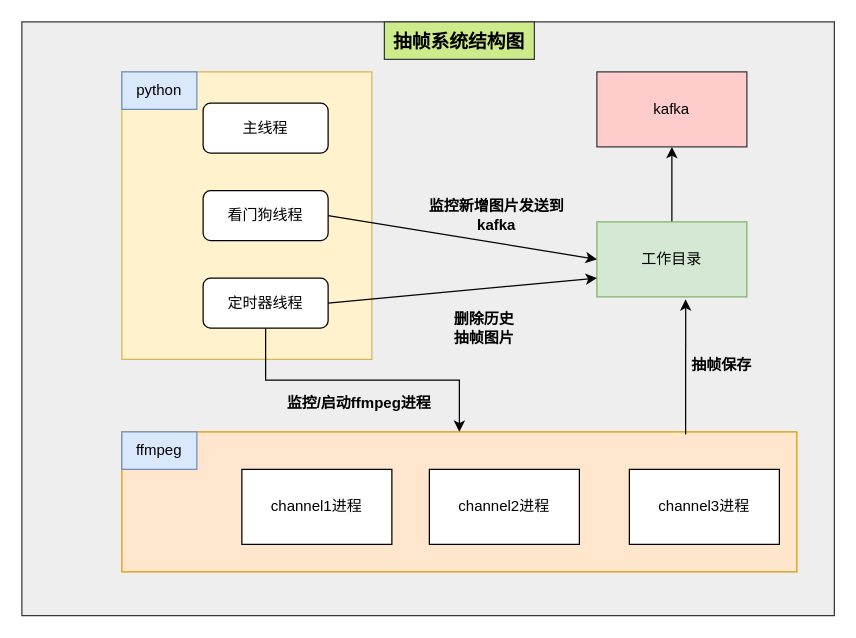
liz2m/draw.images keeps this draw.io diagram as 图片抽帧改版.drawio. Above is the earlier version. Source tidied: cells renumbered, new cells numbered last; positions are measured from the earlier drawing's top-left corner, leaving out a move shared by most shapes. Both pictures are drawn from the tidied source at 125%, with x=0, y=0 at pixel (21, 21).
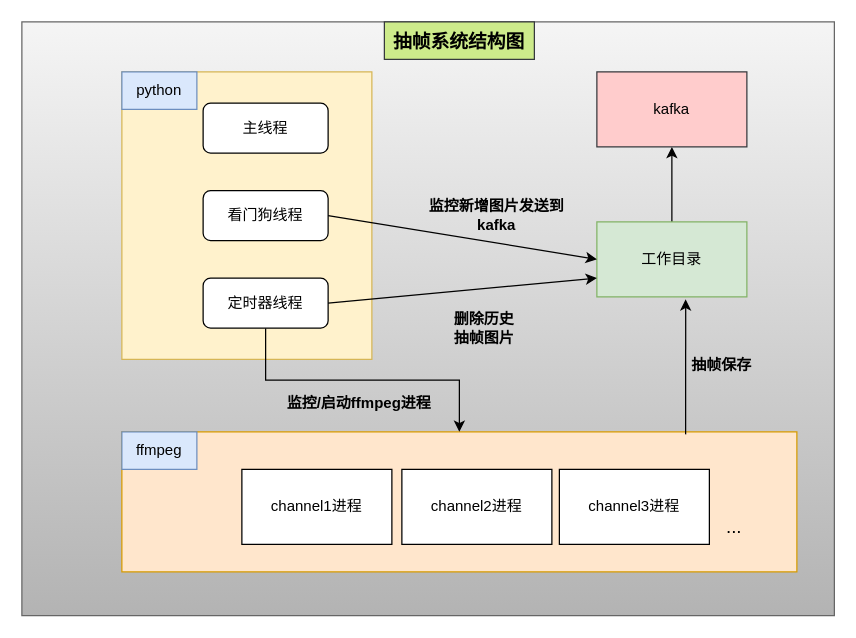
After the change.

Commit message (it also covers changes not shown here):
Update 图片抽帧改版.drawio

The edit, as a diff of the source:
```diff
@@
-    <mxCell id="2" style="rounded=0;whiteSpace=wrap;html=1;fillColor=#eeeeee;strokeColor=#36393d;" parent="1" vertex="1">
+    <mxCell id="2" style="rounded=0;whiteSpace=wrap;html=1;fillColor=#f5f5f5;strokeColor=#666666;gradientColor=#b3b3b3;" parent="1" vertex="1">
       <mxGeometry width="650" height="475" as="geometry" />
     </mxCell>
@@
     <mxCell id="12" value="channel2进程" style="rounded=0;whiteSpace=wrap;html=1;" parent="1" vertex="1">
-      <mxGeometry x="326" y="358" width="120" height="60" as="geometry" />
+      <mxGeometry x="304" y="358" width="120" height="60" as="geometry" />
     </mxCell>
     <mxCell id="13" value="channel3进程" style="rounded=0;whiteSpace=wrap;html=1;" parent="1" vertex="1">
-      <mxGeometry x="486" y="358" width="120" height="60" as="geometry" />
+      <mxGeometry x="430" y="358" width="120" height="60" as="geometry" />
     </mxCell>
@@
+    <mxCell id="25" value="..." style="text;html=1;strokeColor=none;fillColor=none;align=center;verticalAlign=middle;whiteSpace=wrap;rounded=0;fontSize=15;" parent="1" vertex="1">
+      <mxGeometry x="540" y="388" width="60" height="30" as="geometry" />
+    </mxCell>
```
